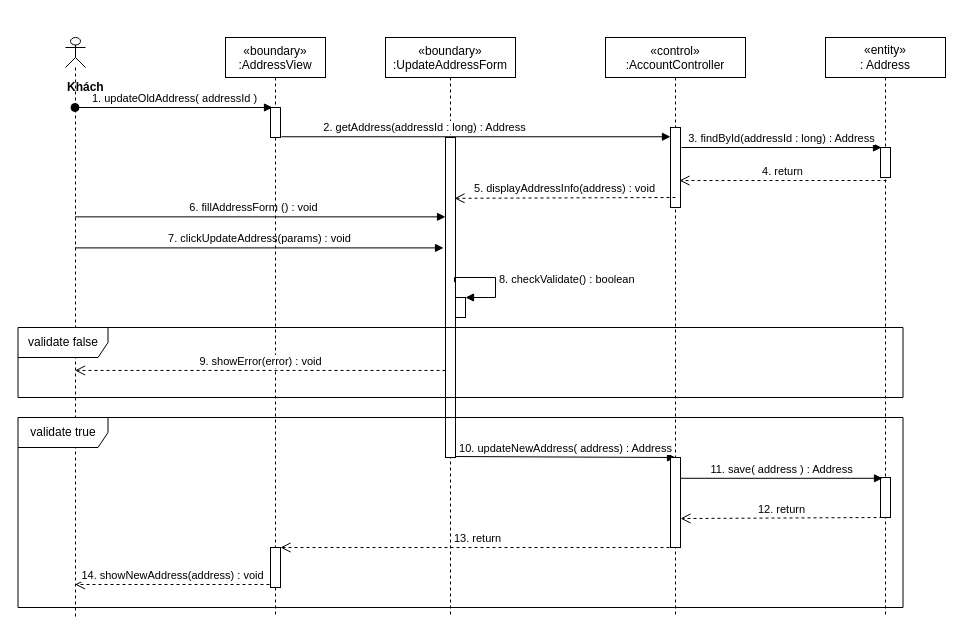
Before: sequence diagram/update-address-order-sequence-diagram.drawio in nguyenphamvan/datn_20202, a draw.io diagram. Source tidied: cells renumbered, new cells numbered last; positions are measured from the earlier drawing's top-left corner, leaving out a move shared by most shapes. Both pictures are drawn from the tidied source at 100%, with x=0, y=0 at pixel (17, 37).
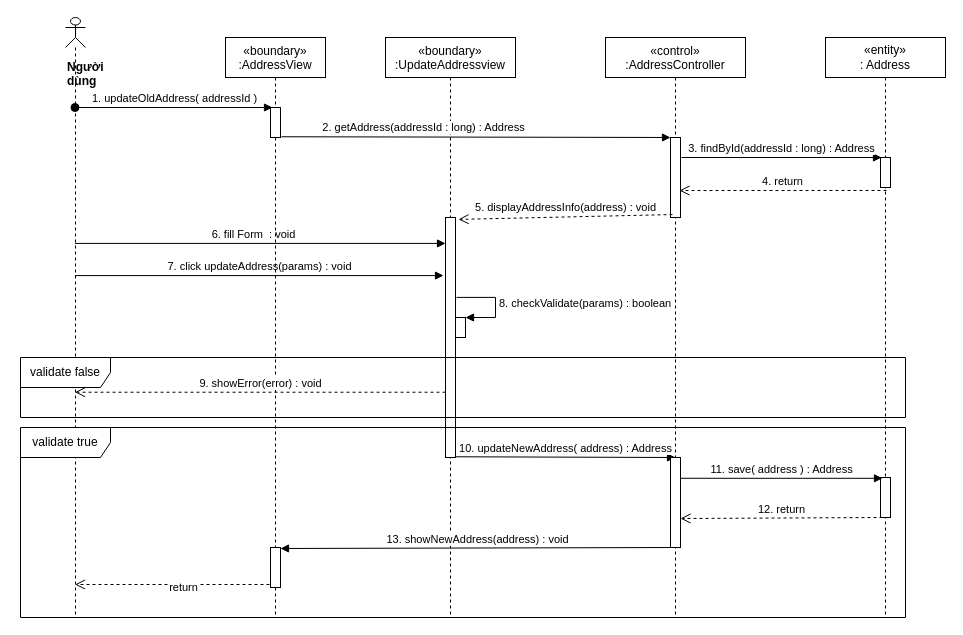
After the change.

Unchanged cells that the change refers to:
```xml
<mxCell id="22" style="points=[];perimeter=orthogonalPerimeter;rounded=0;shadow=0;strokeWidth=1;" parent="1" vertex="1">
  <mxGeometry x="653" y="420" width="10" height="90" as="geometry" />
</mxCell>
<mxCell id="23" style="html=1;points=[];perimeter=orthogonalPerimeter;" parent="1" vertex="1">
  <mxGeometry x="253" y="510" width="10" height="40" as="geometry" />
</mxCell>
```

The edit, as a diff of the source:
```diff
@@
-    <mxCell id="2" value="«boundary»&#10;:UpdateAddressForm" style="shape=umlLifeline;perimeter=lifelinePerimeter;rounded=0;shadow=0;strokeWidth=1;" parent="1" vertex="1">
+    <mxCell id="2" value="«boundary»&#10;:UpdateAddressview" style="shape=umlLifeline;perimeter=lifelinePerimeter;rounded=0;shadow=0;strokeWidth=1;" parent="1" vertex="1">
       <mxGeometry x="368" width="130" height="580" as="geometry" />
     </mxCell>
     <mxCell id="3" style="html=1;points=[];perimeter=orthogonalPerimeter;" parent="2" vertex="1">
-      <mxGeometry x="60" y="100" width="10" height="320" as="geometry" />
+      <mxGeometry x="60" y="180" width="10" height="240" as="geometry" />
     </mxCell>
-    <mxCell id="4" value="«control»&#10;:AccountController" style="shape=umlLifeline;perimeter=lifelinePerimeter;rounded=0;shadow=0;strokeWidth=1;size=40;" parent="1" vertex="1">
+    <mxCell id="4" value="«control»&#10;:AddressController" style="shape=umlLifeline;perimeter=lifelinePerimeter;rounded=0;shadow=0;strokeWidth=1;size=40;" parent="1" vertex="1">
       <mxGeometry x="588" width="140" height="580" as="geometry" />
     </mxCell>
-    <mxCell id="5" value="&lt;div&gt;&lt;b&gt;Khách&lt;/b&gt;&lt;/div&gt;" style="shape=umlLifeline;participant=umlActor;perimeter=lifelinePerimeter;whiteSpace=wrap;html=1;verticalAlign=top;spacingTop=36;outlineConnect=0;align=left;size=30;" parent="1" vertex="1">
-      <mxGeometry x="48" width="20" height="580" as="geometry" />
+    <mxCell id="5" value="&lt;div&gt;&lt;b&gt;Người dùng&lt;/b&gt;&lt;/div&gt;" style="shape=umlLifeline;participant=umlActor;perimeter=lifelinePerimeter;whiteSpace=wrap;html=1;verticalAlign=top;spacingTop=36;outlineConnect=0;align=left;size=30;" parent="1" vertex="1">
+      <mxGeometry x="48" y="-20" width="20" height="600" as="geometry" />
     </mxCell>
@@
-    <mxCell id="7" value="6. fillAddressForm () : void" style="html=1;verticalAlign=bottom;endArrow=block;entryX=0;entryY=0.248;entryDx=0;entryDy=0;entryPerimeter=0;" parent="1" edge="1" source="5" target="3">
+    <mxCell id="7" value="6. fill Form&amp;nbsp; : void" style="html=1;verticalAlign=bottom;endArrow=block;entryX=0;entryY=0.108;entryDx=0;entryDy=0;entryPerimeter=0;" parent="1" edge="1" source="5" target="3">
       <mxGeometry x="-0.04" relative="1" as="geometry" />
     </mxCell>
-    <mxCell id="8" value="7. clickUpdateAddress(params) : void" style="html=1;verticalAlign=bottom;endArrow=block;entryX=-0.2;entryY=0.345;entryDx=0;entryDy=0;entryPerimeter=0;" parent="1" edge="1" source="5" target="3">
+    <mxCell id="8" value="7. click updateAddress(params) : void" style="html=1;verticalAlign=bottom;endArrow=block;entryX=-0.2;entryY=0.242;entryDx=0;entryDy=0;entryPerimeter=0;" parent="1" edge="1" source="5" target="3">
       <mxGeometry relative="1" as="geometry" />
     </mxCell>
@@
     <mxCell id="18" style="html=1;points=[];perimeter=orthogonalPerimeter;" parent="1" vertex="1">
-      <mxGeometry x="438" y="260" width="10" height="20" as="geometry" />
+      <mxGeometry x="438" y="280" width="10" height="20" as="geometry" />
     </mxCell>
-    <mxCell id="19" value="8. checkValidate() : boolean" style="edgeStyle=orthogonalEdgeStyle;html=1;align=left;spacingLeft=2;endArrow=block;rounded=0;entryX=1;entryY=0;exitX=0.9;exitY=0.452;exitDx=0;exitDy=0;exitPerimeter=0;" parent="1" edge="1" source="3" target="18">
+    <mxCell id="19" value="8. checkValidate(params) : boolean" style="edgeStyle=orthogonalEdgeStyle;html=1;align=left;spacingLeft=2;endArrow=block;rounded=0;entryX=1;entryY=0;exitX=1.1;exitY=0.333;exitDx=0;exitDy=0;exitPerimeter=0;" parent="1" edge="1" source="3" target="18">
       <mxGeometry relative="1" as="geometry">
         <Array as="points">
-          <mxPoint x="478" y="240" />
           <mxPoint x="478" y="260" />
+          <mxPoint x="478" y="280" />
         </Array>
       </mxGeometry>
     </mxCell>
@@
-    <mxCell id="21" value="13. return" style="html=1;verticalAlign=bottom;endArrow=open;dashed=1;endSize=8;entryX=1;entryY=0;entryDx=0;entryDy=0;entryPerimeter=0;startArrow=none;exitX=0.5;exitY=1;exitDx=0;exitDy=0;exitPerimeter=0;" parent="1" edge="1" source="22" target="23">
-      <mxGeometry relative="1" as="geometry" />
-    </mxCell>
@@
-    <mxCell id="24" value="14. showNewAddress(address) : void" style="html=1;verticalAlign=bottom;endArrow=open;dashed=1;endSize=8;exitX=-0.1;exitY=0.925;exitDx=0;exitDy=0;exitPerimeter=0;" parent="1" edge="1" source="23" target="5">
+    <mxCell id="24" style="html=1;verticalAlign=bottom;endArrow=open;dashed=1;endSize=8;exitX=-0.1;exitY=0.925;exitDx=0;exitDy=0;exitPerimeter=0;" parent="1" edge="1" source="23" target="5">
       <mxGeometry relative="1" as="geometry" />
     </mxCell>
+    <mxCell id="32" value="return" style="edgeLabel;html=1;align=center;verticalAlign=middle;" parent="24" vertex="1">
+      <mxGeometry x="-0.11" y="2" relative="1" as="geometry" />
+    </mxCell>
     <mxCell id="25" style="html=1;points=[];perimeter=orthogonalPerimeter;" parent="1" vertex="1">
-      <mxGeometry x="653" y="90" width="10" height="80" as="geometry" />
+      <mxGeometry x="653" y="100" width="10" height="80" as="geometry" />
     </mxCell>
@@
     <mxCell id="27" style="html=1;points=[];perimeter=orthogonalPerimeter;" parent="1" vertex="1">
-      <mxGeometry x="863" y="110" width="10" height="30" as="geometry" />
+      <mxGeometry x="863" y="120" width="10" height="30" as="geometry" />
     </mxCell>
@@
-    <mxCell id="29" value="5. displayAddressInfo(address) : void" style="html=1;verticalAlign=bottom;endArrow=open;dashed=1;endSize=8;exitX=0.5;exitY=0.875;exitDx=0;exitDy=0;exitPerimeter=0;entryX=0.9;entryY=0.19;entryDx=0;entryDy=0;entryPerimeter=0;" parent="1" edge="1" source="25" target="3">
+    <mxCell id="29" value="5. displayAddressInfo(address) : void" style="html=1;verticalAlign=bottom;endArrow=open;dashed=1;endSize=8;entryX=1.3;entryY=0.008;entryDx=0;entryDy=0;entryPerimeter=0;exitX=0.2;exitY=0.963;exitDx=0;exitDy=0;exitPerimeter=0;" parent="1" edge="1" source="25" target="3">
       <mxGeometry relative="1" as="geometry" />
     </mxCell>
+    <mxCell id="31" value="validate true" style="shape=umlFrame;whiteSpace=wrap;html=1;width=90;height=30;" parent="1" vertex="1">
+      <mxGeometry x="3" y="390" width="885" height="190" as="geometry" />
+    </mxCell>
     <mxCell id="30" value="validate false" style="shape=umlFrame;whiteSpace=wrap;html=1;width=90;height=30;" parent="1" vertex="1">
-      <mxGeometry x="0.5" y="290" width="885" height="70" as="geometry" />
+      <mxGeometry x="3" y="320" width="885" height="60" as="geometry" />
     </mxCell>
-    <mxCell id="31" value="validate true" style="shape=umlFrame;whiteSpace=wrap;html=1;width=90;height=30;" parent="1" vertex="1">
-      <mxGeometry x="0.5" y="380" width="885" height="190" as="geometry" />
-    </mxCell>
+    <mxCell id="21" value="13. showNewAddress(address) : void" style="html=1;verticalAlign=bottom;endArrow=block;exitX=0.5;exitY=1;exitDx=0;exitDy=0;exitPerimeter=0;entryX=1;entryY=0.025;entryDx=0;entryDy=0;entryPerimeter=0;" parent="1" edge="1" source="22" target="23">
+      <mxGeometry relative="1" as="geometry" />
+    </mxCell>
```
